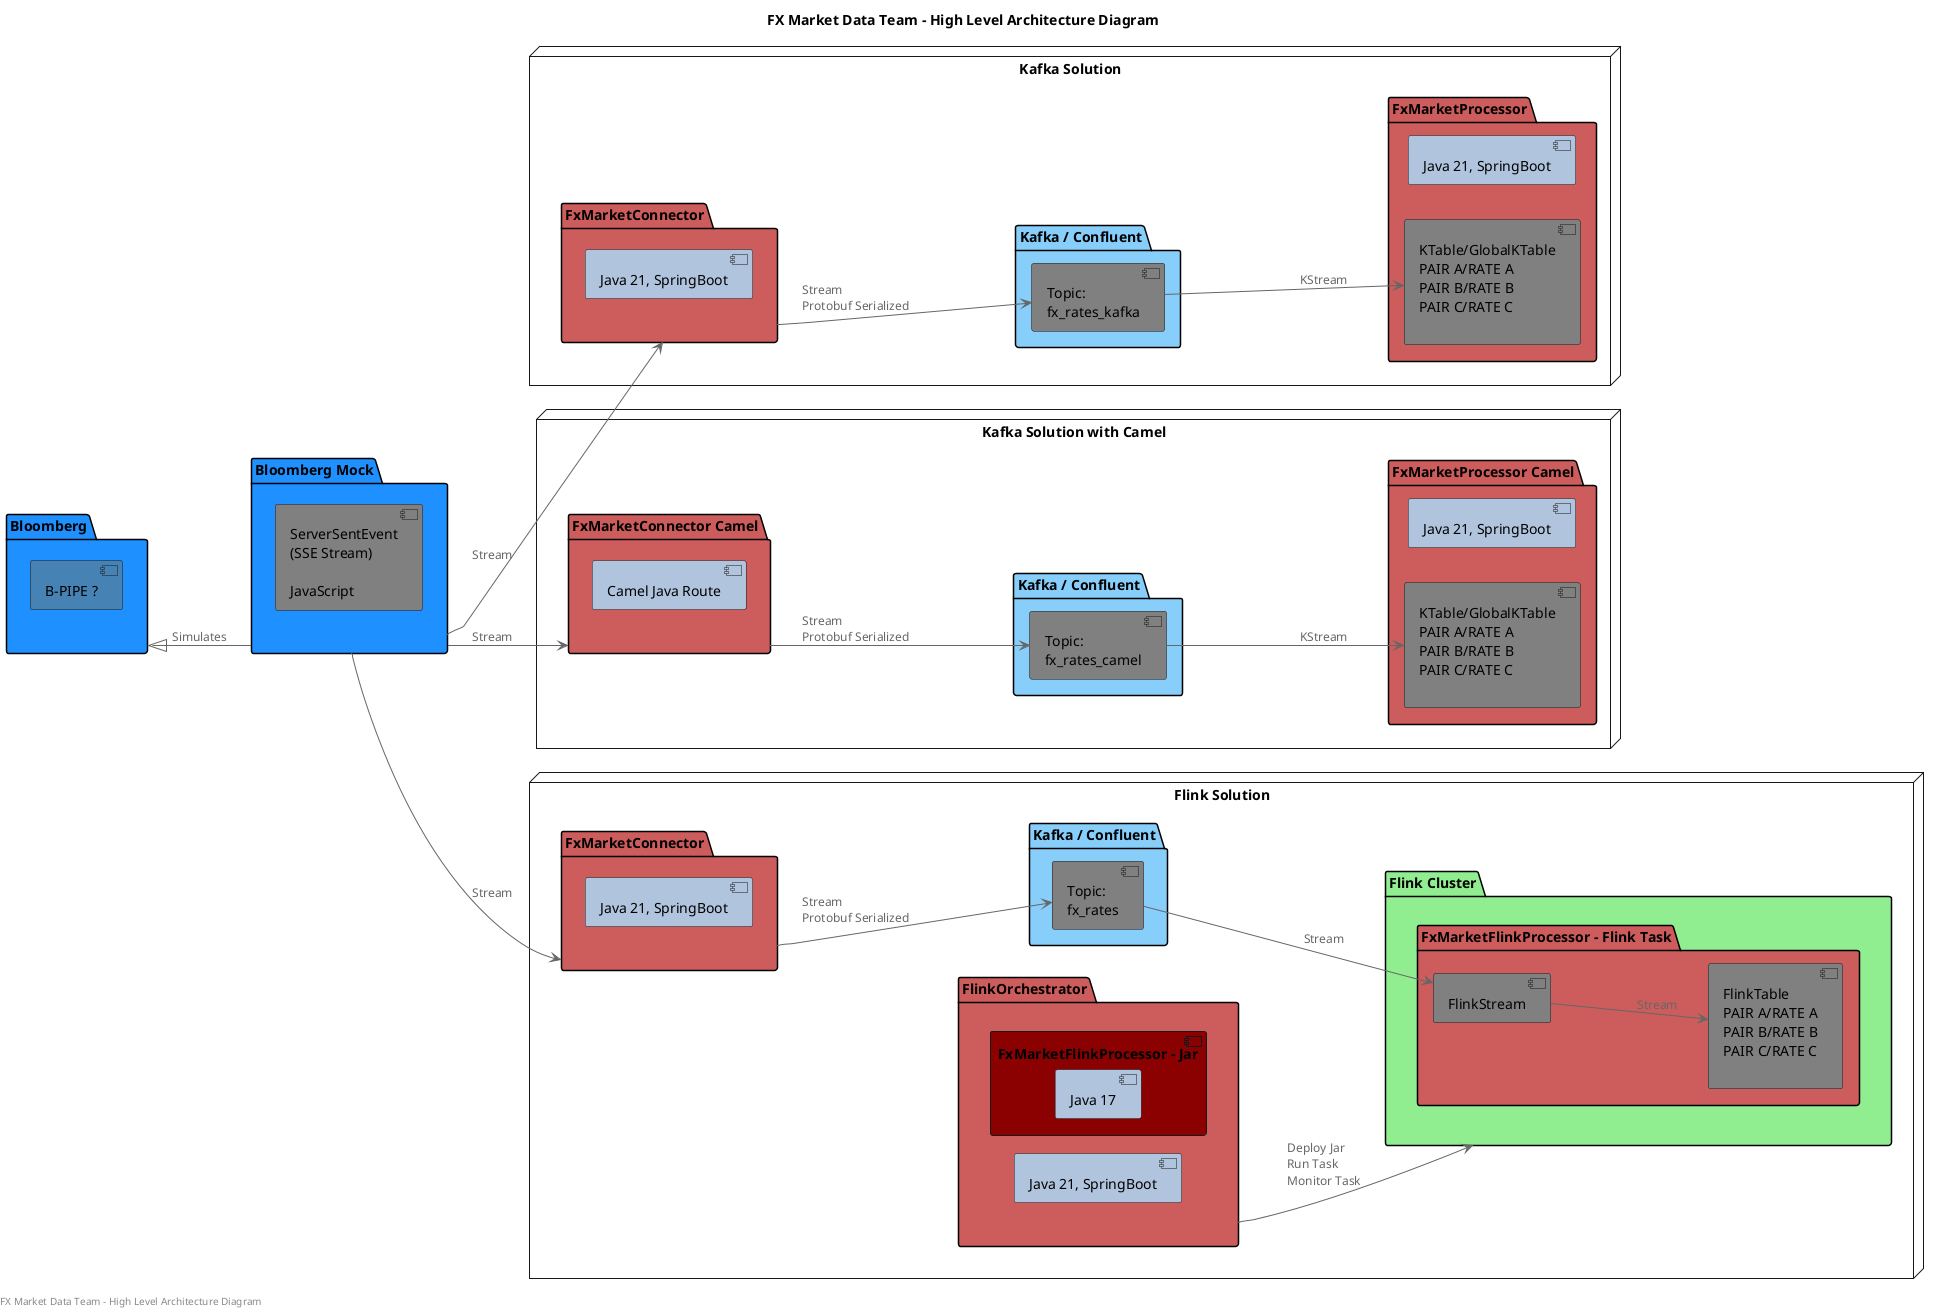
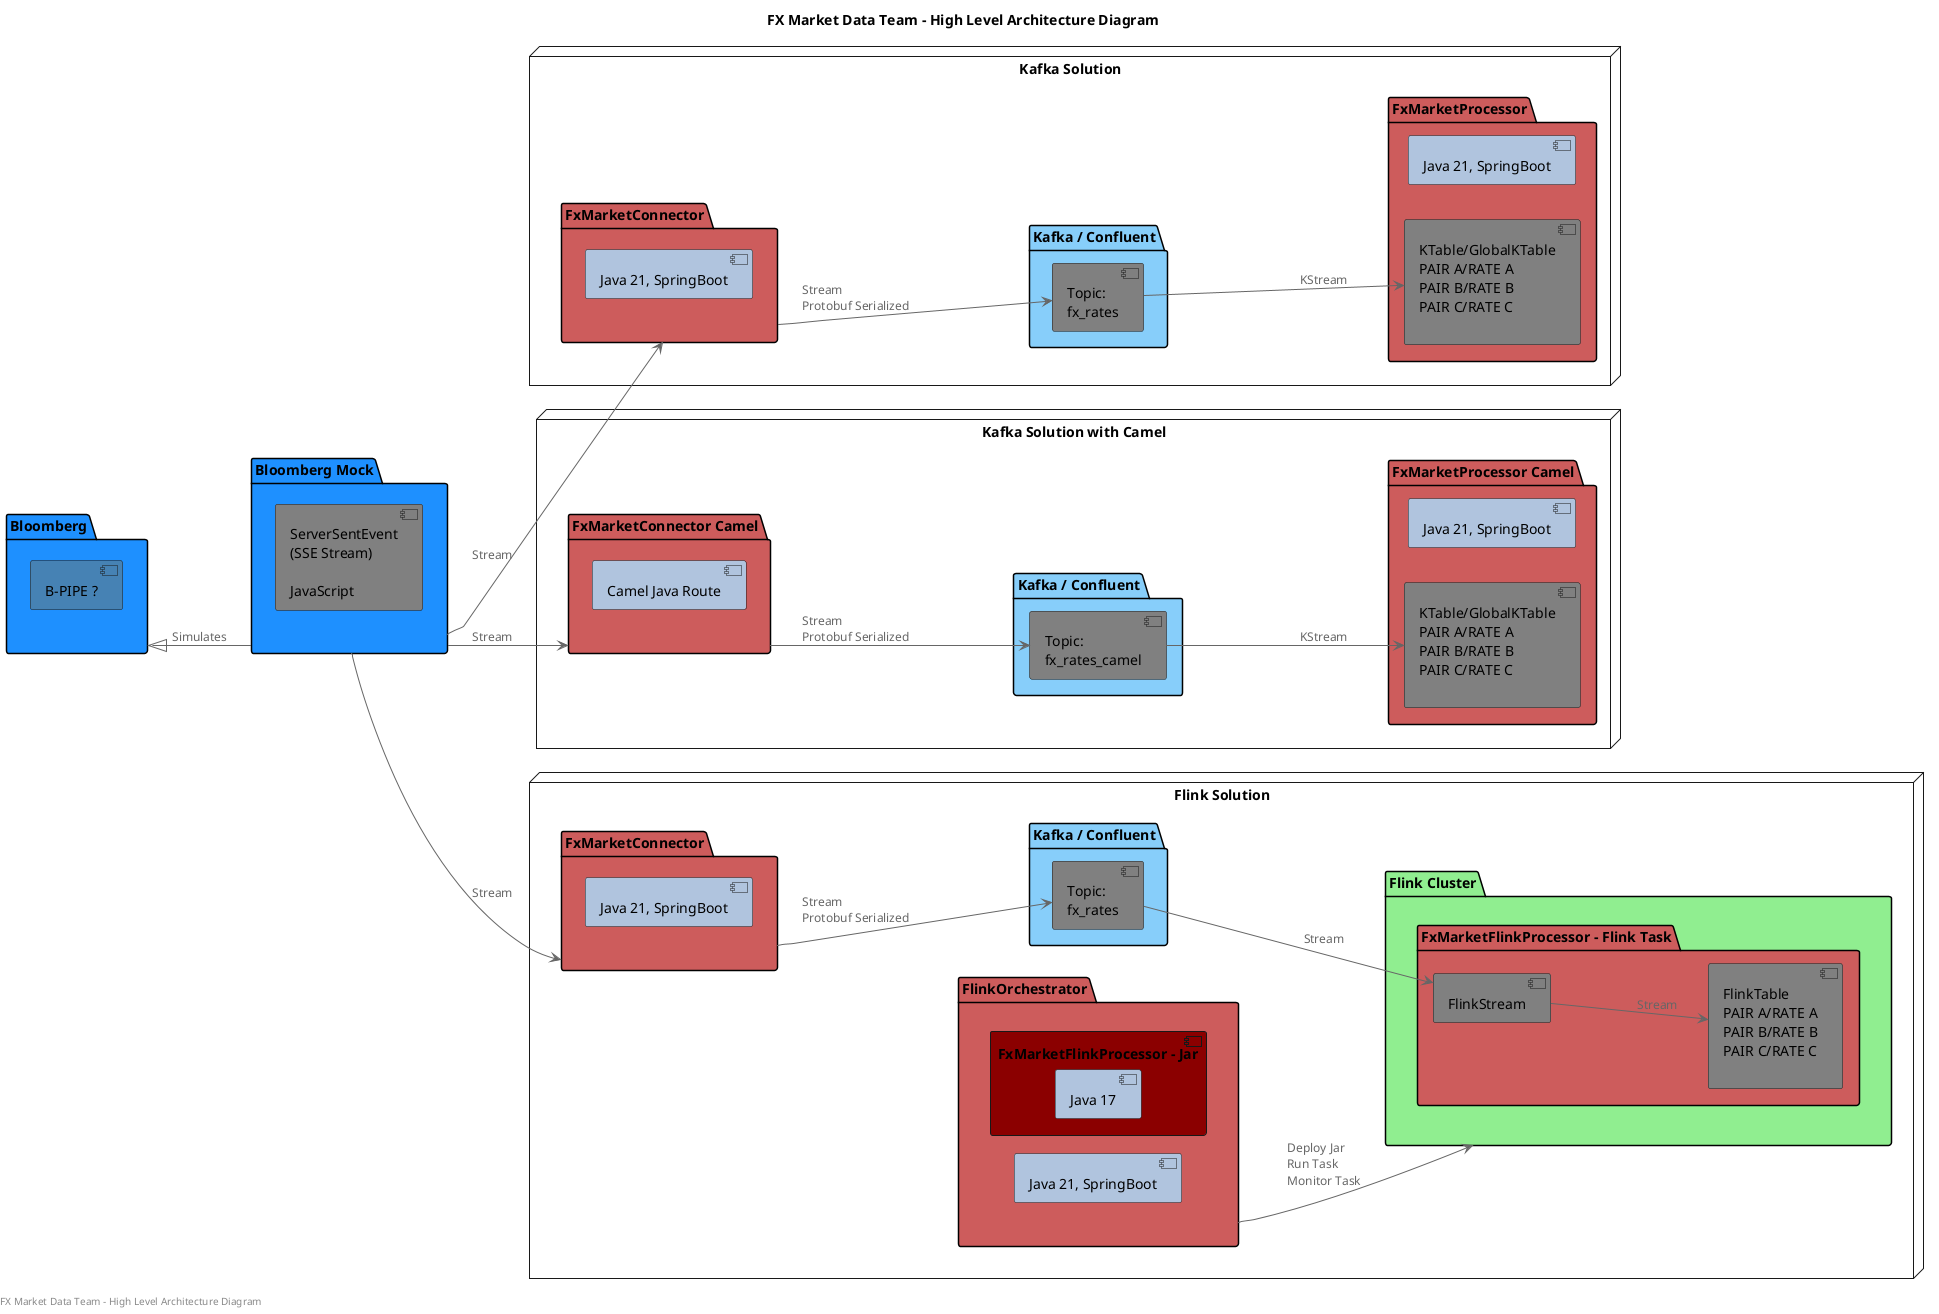
@startuml
!include <k8s/Common>
!include <k8s/Context>
!include <k8s/Simplified>
!include <k8s/OSS/all>
!include <kubernetes/k8s-sprites-unlabeled-25pct>

title FX Market Data Team - High Level Architecture Diagram
footer FX Market Data Team - High Level Architecture Diagram
left to right direction

'Real Bloomberg part
package "Bloomberg" #DodgerBlue {
    component [B-PIPE ?] #SteelBlue
}

'Bloomberg mock
package "Bloomberg Mock" as BMExternal #DodgerBlue {
   component "ServerSentEvent\n(SSE Stream)\n\nJavaScript" #grey
}

Bloomberg <|-- BMExternal : Simulates

'Kafka
node "Kafka Solution" as KafkaSolution {
            package "FxMarketConnector" as KS_FxMarketConnector #IndianRed {
                component "Java 21, SpringBoot" as KS_FxMarketConnectorTools #LightSteelBlue
            }
            package "Kafka / Confluent" as KafkaConfluent #LightSkyBlue {
-                    component "Topic:\nfx_rates_kafka" as KS_FX_RATES_KAFKA_TOPIC #grey
+                    component "Topic:\nfx_rates" as KS_FX_RATES_TOPIC #grey
            }
            package "FxMarketProcessor" #IndianRed {
                component "Java 21, SpringBoot" as KS_FxMarketProcessorTools #LightSteelBlue
                component "KTable/GlobalKTable\nPAIR A/RATE A\nPAIR B/RATE B\nPAIR C/RATE C\n" as K_KT1 #grey
            }

            BMExternal --> KS_FxMarketConnector : Stream
-             KS_FxMarketConnector --> KS_FX_RATES_KAFKA_TOPIC : Stream\nProtobuf Serialized
-             KS_FX_RATES_KAFKA_TOPIC --> K_KT1 : KStream
+             KS_FxMarketConnector --> KS_FX_RATES_TOPIC : Stream\nProtobuf Serialized
+             KS_FX_RATES_TOPIC --> K_KT1 : KStream
}

node "Kafka Solution with Camel" as KafkaSolutionCamel {
    package "FxMarketConnector Camel" as KS_FxMarketConnectorCamel #IndianRed {
        component "Camel Java Route" as KS_FxMarketConnectorToolsCamel #LightSteelBlue
    }
    package "Kafka / Confluent" as KafkaConfluentCamel #LightSkyBlue {
           component "Topic:\nfx_rates_camel" as KS_FX_RATES_TOPIC_CAMEL #grey
    }
    package "FxMarketProcessor Camel" as FxMarketProcessorCamel #IndianRed {
            component "Java 21, SpringBoot" as KS_FxMarketProcessorToolsCamel #LightSteelBlue
            component "KTable/GlobalKTable\nPAIR A/RATE A\nPAIR B/RATE B\nPAIR C/RATE C\n" as K_KT1_Camel #grey
    }

    BMExternal --> KS_FxMarketConnectorCamel : Stream
    KS_FxMarketConnectorCamel --> KS_FX_RATES_TOPIC_CAMEL : Stream\nProtobuf Serialized
    KS_FX_RATES_TOPIC_CAMEL --> K_KT1_Camel : KStream
}

'Flink
node "Flink Solution" as Flink {
           package "FxMarketConnector" as FS_FxMarketConnector #IndianRed {
               component "Java 21, SpringBoot" as FS_FxMarketConnectorTools #LightSteelBlue
           }
           package "Kafka / Confluent" as FlinkKafkaConfluent #LightSkyBlue {
                  component "Topic:\nfx_rates " as FS_FX_RATES_TOPIC #grey
           }
            package FlinkOrchestrator #IndianRed {
                component "Java 21, SpringBoot" as FS_FlinkOrchestratorTools #LightSteelBlue
                component "FxMarketFlinkProcessor - Jar" #DarkRed {
                    component "Java 17" as FX_FxMarketFlinkProcessorTools #LightSteelBlue
                }
            }

            package "Flink Cluster" as F_KC2 #LightGreen {
            package "FxMarketFlinkProcessor - Flink Task" #IndianRed {
                component "FlinkStream" as F_KS2 #grey
                component "FlinkTable\nPAIR A/RATE A\nPAIR B/RATE B\nPAIR C/RATE C\n" as F_KT2 #grey
                    F_KS2 --> F_KT2 : Stream
                }
            }

            BMExternal --> FS_FxMarketConnector : Stream
            FS_FxMarketConnector --> FS_FX_RATES_TOPIC : Stream\nProtobuf Serialized
            FS_FX_RATES_TOPIC --> "F_KS2" : Stream
            FlinkOrchestrator --> F_KC2 : Deploy Jar\nRun Task\nMonitor Task

}

@enduml